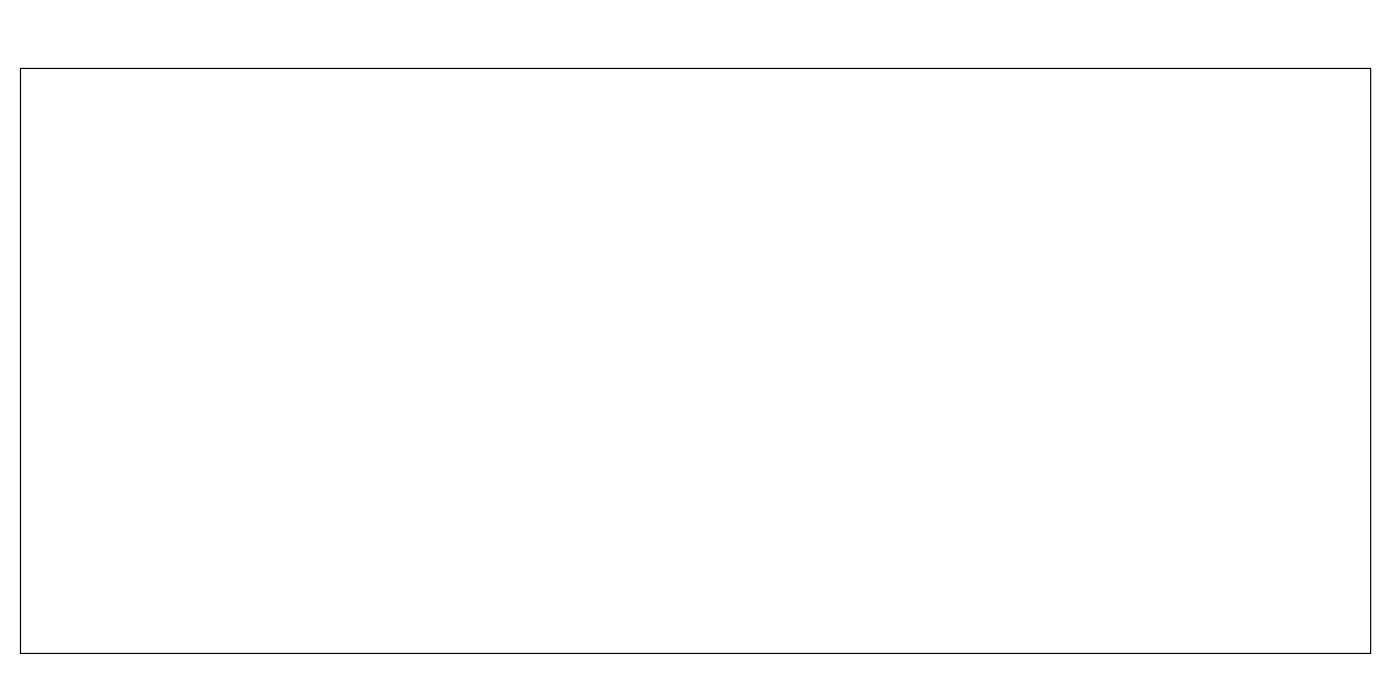
karthiksm2703siemens/Nexus-4.0-Diagrams keeps this draw.io diagram as Nexus 4.0 Consulting.drawio. Above is the earlier version. Source tidied: cells renumbered, new cells numbered last; positions are measured from the earlier drawing's top-left corner, leaving out a move shared by most shapes. Both pictures are drawn from the tidied source at 117%, with x=0, y=0 at pixel (20, 68).
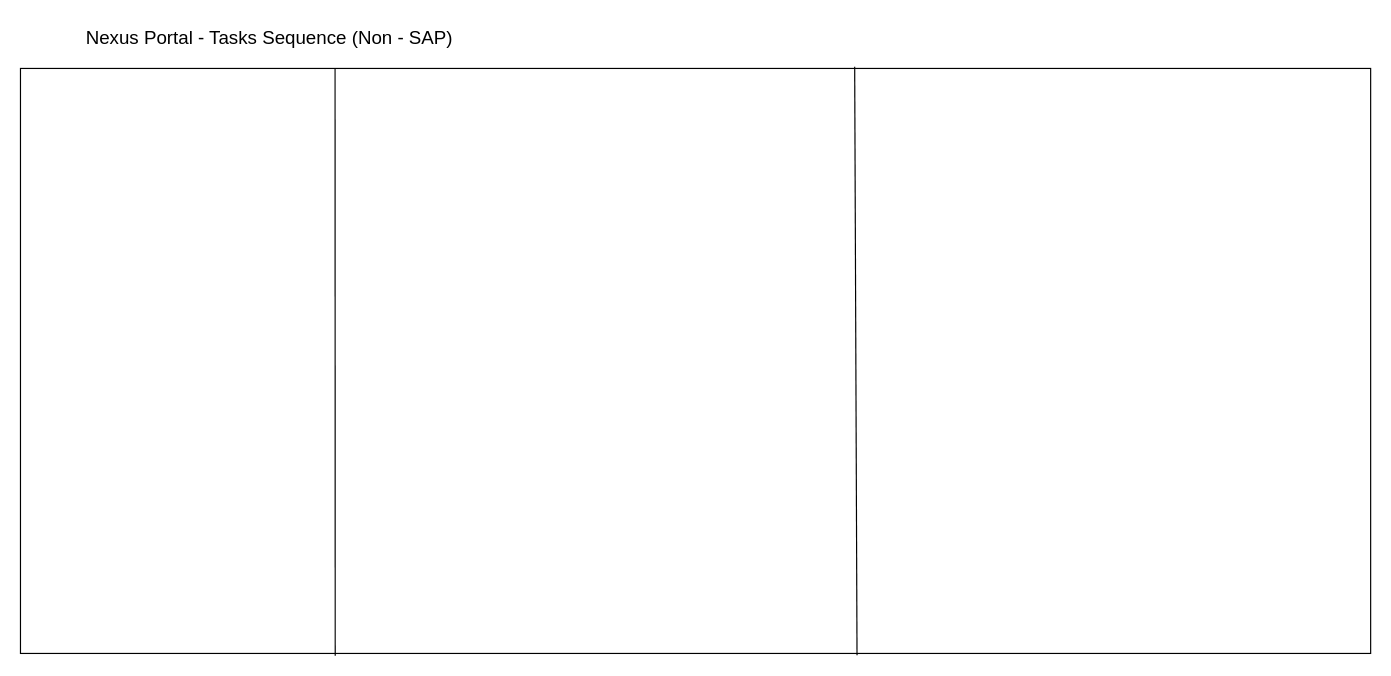
The same diagram, later.

Diff of the diagram source:
```diff
@@
 <mxGraphModel>
   <root>
     <mxCell id="0" />
     <mxCell id="1" parent="0" />
     <mxCell id="2" style="rounded=0;whiteSpace=wrap;html=1;" parent="1" vertex="1">
       <mxGeometry width="1154" height="500" as="geometry" />
     </mxCell>
+    <mxCell id="3" style="endArrow=none;html=1;rounded=0;fontSize=12;startSize=8;endSize=8;curved=1;entryX=0.233;entryY=0;entryDx=0;entryDy=0;entryPerimeter=0;" parent="1" edge="1" target="2">
+      <mxGeometry relative="1" as="geometry">
+        <mxPoint x="269" y="502" as="sourcePoint" />
+      </mxGeometry>
+    </mxCell>
+    <mxCell id="4" style="endArrow=none;html=1;rounded=0;fontSize=12;startSize=8;endSize=8;curved=1;entryX=0.231;entryY=-0.002;entryDx=0;entryDy=0;entryPerimeter=0;" parent="1" edge="1">
+      <mxGeometry relative="1" as="geometry">
+        <mxPoint x="715" y="501.5" as="sourcePoint" />
+        <mxPoint x="713" y="-1.5" as="targetPoint" />
+        <Array as="points">
+          <mxPoint x="713" y="194.5" />
+        </Array>
+      </mxGeometry>
+    </mxCell>
+    <mxCell id="5" value="Nexus Portal - Tasks Sequence (Non - SAP&lt;span style=&quot;background-color: initial;&quot;&gt;)&lt;/span&gt;" style="text;strokeColor=none;fillColor=none;html=1;align=center;verticalAlign=middle;whiteSpace=wrap;rounded=0;fontSize=16;" parent="1" vertex="1">
+      <mxGeometry y="-41" width="426" height="30" as="geometry" />
+    </mxCell>
   </root>
 </mxGraphModel>
```
